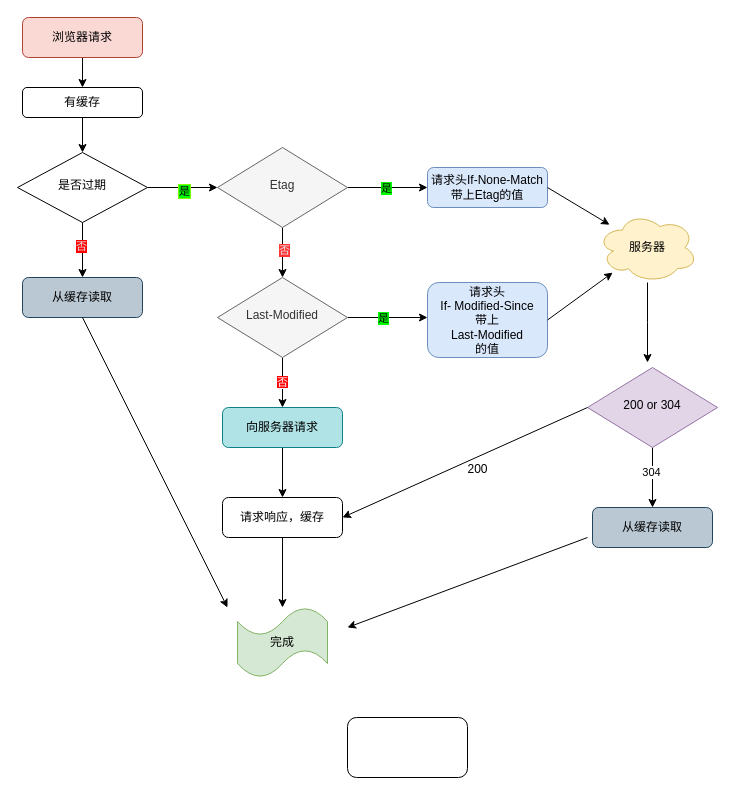
Before: _diagrams/浏览器缓存工作流程图.drawio in xuetengfei/xuetengfei.github.io, a draw.io diagram. Source tidied: cells renumbered, new cells numbered last; positions are measured from the earlier drawing's top-left corner, leaving out a move shared by most shapes. Both pictures are drawn from the tidied source at 100%, with x=0, y=0 at pixel (17, 17).
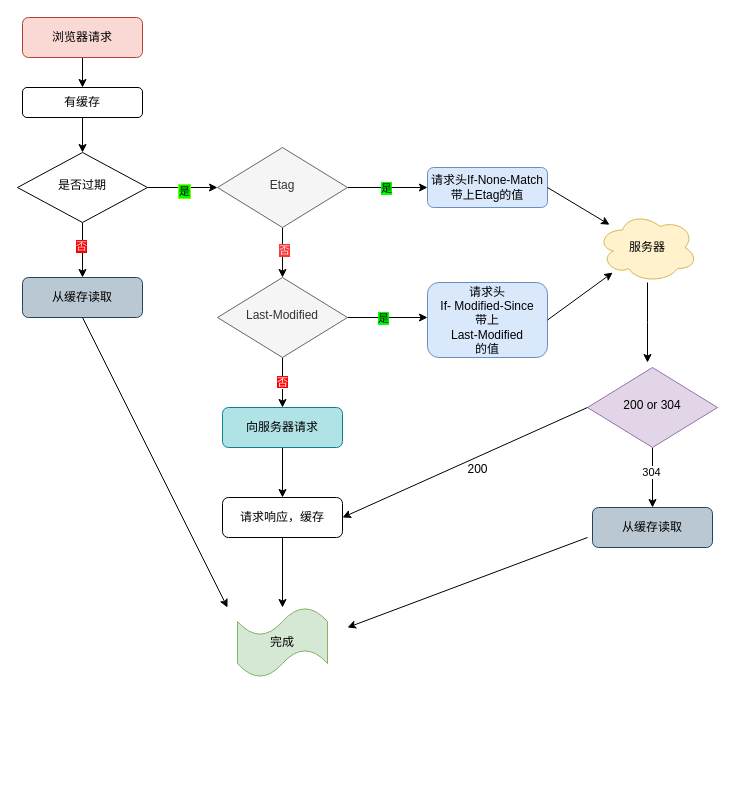
The same page after the edit.

The edit, as a diff of the source:
```diff
@@
-    <mxCell id="41" style="rounded=1;whiteSpace=wrap;html=1;" parent="1" vertex="1">
-      <mxGeometry x="330" y="700" width="120" height="60" as="geometry" />
-    </mxCell>
```
